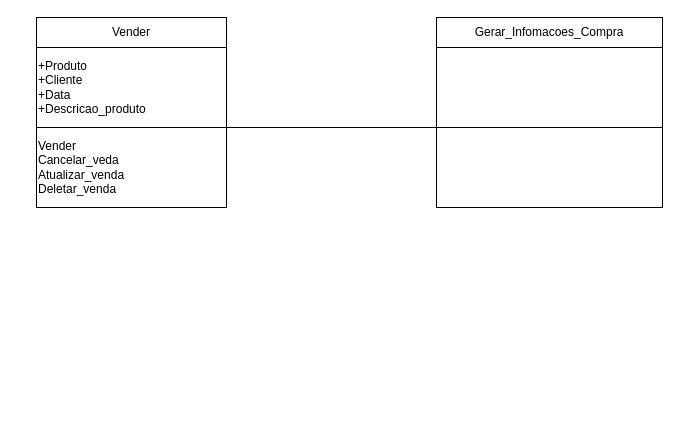
Before: classesvendas.drawio in Thiago163/Mundo_verde, a draw.io diagram. Source tidied: cells renumbered, new cells numbered last; positions are measured from the earlier drawing's top-left corner, leaving out a move shared by most shapes. Both pictures are drawn from the tidied source at 100%, with x=0, y=0 at pixel (36, 17).
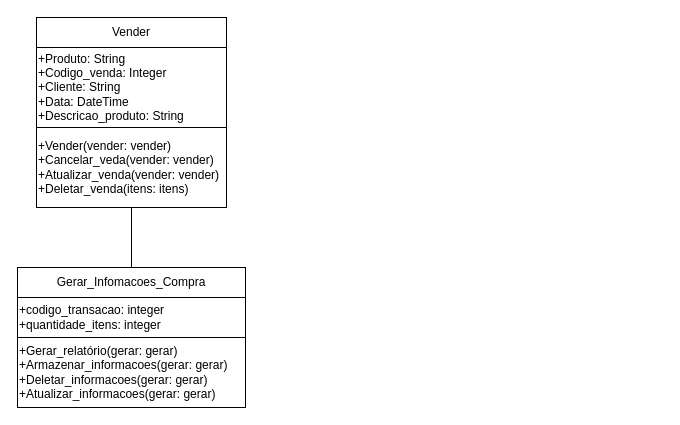
The same diagram, later.

Change to the diagram source:
```diff
@@
 <mxGraphModel>
   <root>
     <mxCell id="0" />
     <mxCell id="1" parent="0" />
     <mxCell id="2" value="Vender" style="rounded=0;whiteSpace=wrap;html=1;" parent="1" vertex="1">
       <mxGeometry width="190" height="30" as="geometry" />
     </mxCell>
     <mxCell id="3" value="Gerar_Infomacoes_Compra" style="rounded=0;whiteSpace=wrap;html=1;" parent="1" vertex="1">
-      <mxGeometry x="400" width="226" height="30" as="geometry" />
+      <mxGeometry x="-19" y="250" width="228" height="30" as="geometry" />
     </mxCell>
-    <mxCell id="4" value="+Produto&lt;div&gt;+Cliente&lt;/div&gt;&lt;div&gt;+Data&lt;/div&gt;&lt;div&gt;+Descricao_produto&lt;/div&gt;" style="rounded=0;whiteSpace=wrap;html=1;align=left;" parent="1" vertex="1">
+    <mxCell id="4" value="+Produto: String&lt;div&gt;+Codigo_venda: Integer&lt;br&gt;&lt;div&gt;+Cliente: String&lt;/div&gt;&lt;div&gt;+Data: DateTime&lt;/div&gt;&lt;div&gt;+Descricao_produto: String&lt;/div&gt;&lt;/div&gt;" style="rounded=0;whiteSpace=wrap;html=1;align=left;" parent="1" vertex="1">
       <mxGeometry y="30" width="190" height="80" as="geometry" />
     </mxCell>
-    <mxCell id="5" style="rounded=0;whiteSpace=wrap;html=1;" parent="1" vertex="1">
-      <mxGeometry x="400" y="30" width="226" height="80" as="geometry" />
+    <mxCell id="5" value="+codigo_transacao: integer&lt;div&gt;+quantidade_itens: integer&lt;/div&gt;" style="rounded=0;whiteSpace=wrap;html=1;align=left;" parent="1" vertex="1">
+      <mxGeometry x="-19" y="280" width="228" height="40" as="geometry" />
     </mxCell>
-    <mxCell id="6" value="Vender&lt;div&gt;Cancelar_veda&lt;/div&gt;&lt;div&gt;Atualizar_venda&lt;/div&gt;&lt;div&gt;Deletar_venda&lt;/div&gt;" style="rounded=0;whiteSpace=wrap;html=1;align=left;" parent="1" vertex="1">
+    <mxCell id="6" value="+Vender(vender: vender)&lt;div&gt;+Cancelar_veda(vender: vender)&lt;/div&gt;&lt;div&gt;+Atualizar_venda(vender: vender)&lt;/div&gt;&lt;div&gt;+Deletar_venda(itens: itens)&lt;/div&gt;" style="rounded=0;whiteSpace=wrap;html=1;align=left;" parent="1" vertex="1">
       <mxGeometry y="110" width="190" height="80" as="geometry" />
     </mxCell>
-    <mxCell id="7" style="rounded=0;whiteSpace=wrap;html=1;" parent="1" vertex="1">
-      <mxGeometry x="400" y="110" width="226" height="80" as="geometry" />
+    <mxCell id="7" value="+Gerar_relatório(gerar: gerar)&lt;div&gt;+Armazenar_informacoes(gerar: gerar)&lt;/div&gt;&lt;div&gt;+Deletar_informacoes(gerar: gerar)&lt;/div&gt;&lt;div&gt;+Atualizar_informacoes(gerar: gerar)&lt;/div&gt;" style="rounded=0;whiteSpace=wrap;html=1;align=left;" parent="1" vertex="1">
+      <mxGeometry x="-19" y="320" width="228" height="70" as="geometry" />
     </mxCell>
-    <mxCell id="8" style="endArrow=none;html=1;rounded=0;exitX=1;exitY=0;exitDx=0;exitDy=0;entryX=0;entryY=0;entryDx=0;entryDy=0;" parent="1" edge="1" source="6" target="7">
-      <mxGeometry relative="1" as="geometry" />
-    </mxCell>
+    <mxCell id="9" style="endArrow=none;html=1;rounded=0;entryX=0.5;entryY=1;entryDx=0;entryDy=0;exitX=0.5;exitY=0;exitDx=0;exitDy=0;" parent="1" edge="1" source="3" target="6">
+      <mxGeometry relative="1" as="geometry" />
+    </mxCell>
   </root>
 </mxGraphModel>
```
